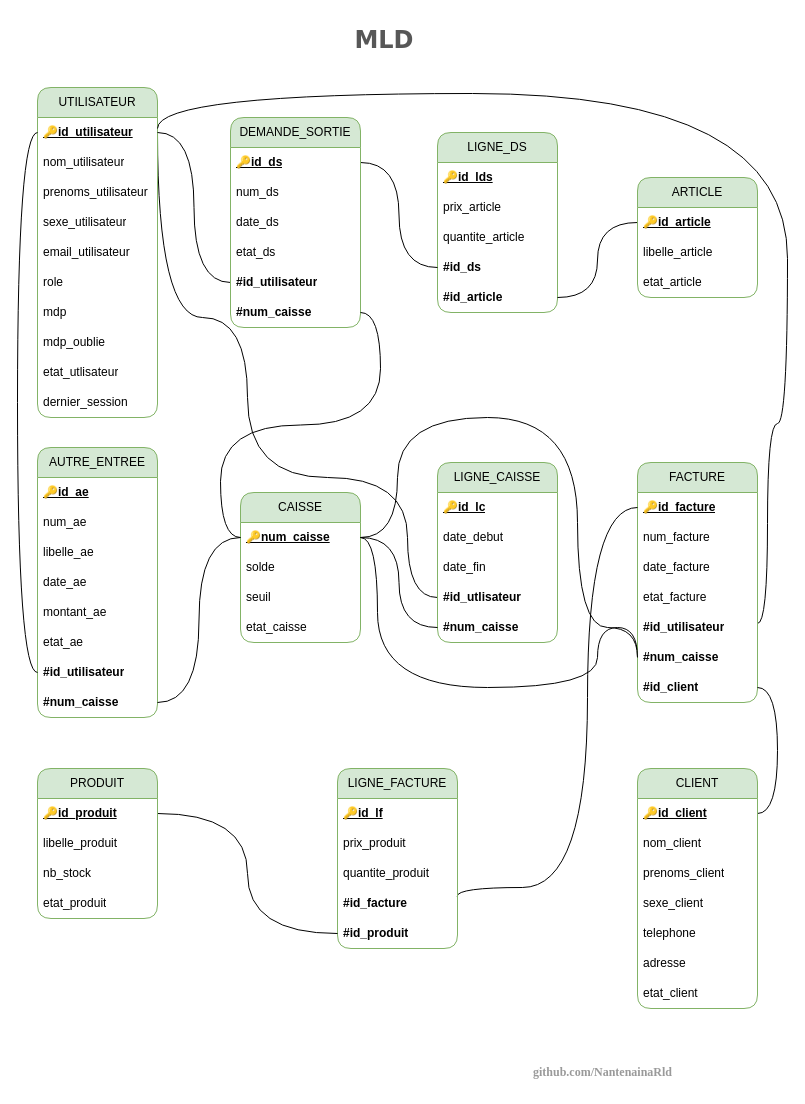
Earlier version of the draw.io diagram page "Page-2" (3 of 5) of documents/flux_mcd_mld_mct_mot.drawio (NantenainaRld/www-faktiora-mg). Source tidied: cells renumbered, new cells numbered last; positions are measured from the earlier drawing's top-left corner, leaving out a move shared by most shapes. Both pictures are drawn from the tidied source at 100%, with x=0, y=0 at pixel (37, 17).
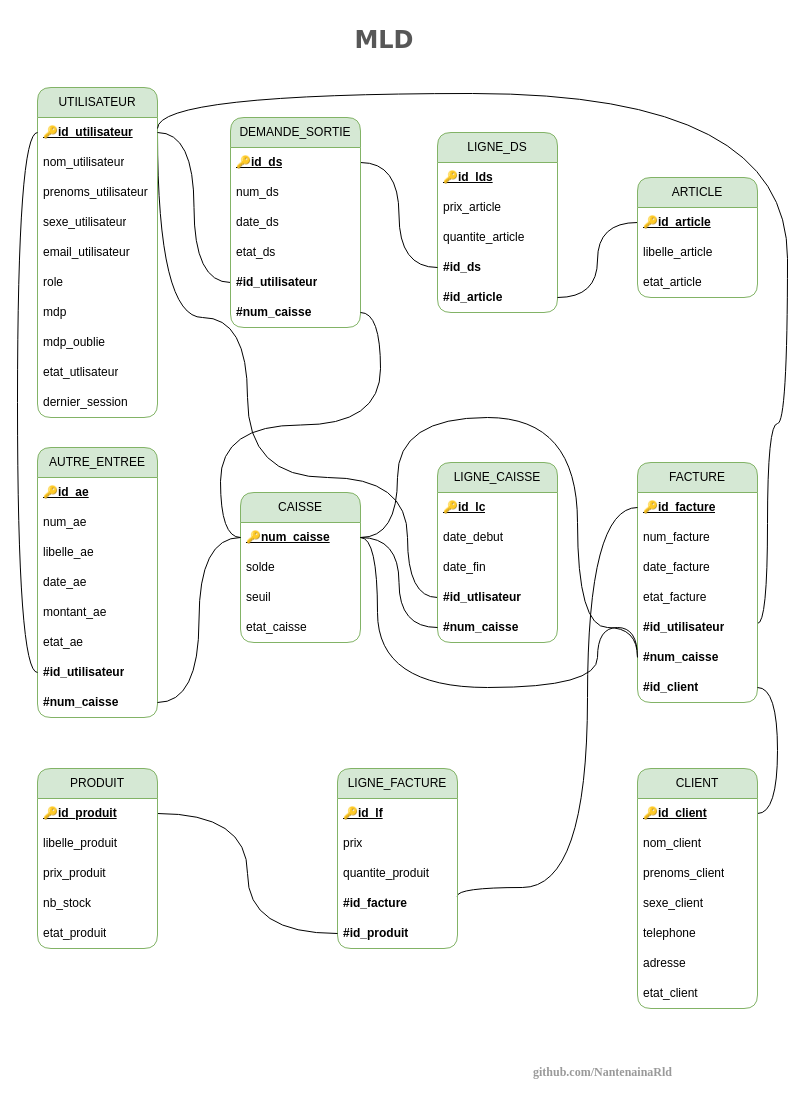
The same page after the edit.

Commit message (it also covers changes not shown here):
update mcd mld, fix produit prix

Unchanged cells that the change refers to:
```xml
<mxCell id="61" value="LIGNE_FACTURE" style="swimlane;fontStyle=0;horizontal=1;startSize=30;whiteSpace=wrap;html=1;swimlaneFillColor=none;fillColor=#d5e8d4;strokeColor=#82b366;rounded=1;" parent="1" vertex="1">
  <mxGeometry x="300" y="751" width="120" height="180" as="geometry" />
</mxCell>
```

Diff of the diagram source:
```diff
@@
-    <mxCell id="63" value="prix_produit" style="text;strokeColor=none;fillColor=none;align=left;verticalAlign=middle;spacingLeft=4;spacingRight=4;overflow=hidden;whiteSpace=wrap;html=1;rounded=1;" parent="61" vertex="1">
+    <mxCell id="63" value="prix" style="text;strokeColor=none;fillColor=none;align=left;verticalAlign=middle;spacingLeft=4;spacingRight=4;overflow=hidden;whiteSpace=wrap;html=1;rounded=1;" parent="61" vertex="1">
       <mxGeometry y="60" width="120" height="30" as="geometry" />
     </mxCell>
@@
     <mxCell id="68" value="PRODUIT" style="swimlane;fontStyle=0;horizontal=1;startSize=30;whiteSpace=wrap;html=1;swimlaneFillColor=none;fillColor=#d5e8d4;strokeColor=#82b366;rounded=1;" parent="1" vertex="1">
-      <mxGeometry y="751" width="120" height="150" as="geometry" />
+      <mxGeometry y="751" width="120" height="180" as="geometry" />
     </mxCell>
@@
+    <mxCell id="93" value="prix_produit" style="text;strokeColor=none;fillColor=none;align=left;verticalAlign=middle;spacingLeft=4;spacingRight=4;overflow=hidden;whiteSpace=wrap;html=1;rounded=1;" parent="68" vertex="1">
+      <mxGeometry y="90" width="120" height="30" as="geometry" />
+    </mxCell>
     <mxCell id="71" value="nb_stock" style="text;strokeColor=none;fillColor=none;align=left;verticalAlign=middle;spacingLeft=4;spacingRight=4;overflow=hidden;whiteSpace=wrap;html=1;rounded=1;" parent="68" vertex="1">
-      <mxGeometry y="90" width="120" height="30" as="geometry" />
+      <mxGeometry y="120" width="120" height="30" as="geometry" />
     </mxCell>
     <mxCell id="72" value="etat_produit" style="text;strokeColor=none;fillColor=none;align=left;verticalAlign=middle;spacingLeft=4;spacingRight=4;overflow=hidden;whiteSpace=wrap;html=1;rounded=1;" parent="68" vertex="1">
-      <mxGeometry y="120" width="120" height="30" as="geometry" />
+      <mxGeometry y="150" width="120" height="30" as="geometry" />
     </mxCell>
```
